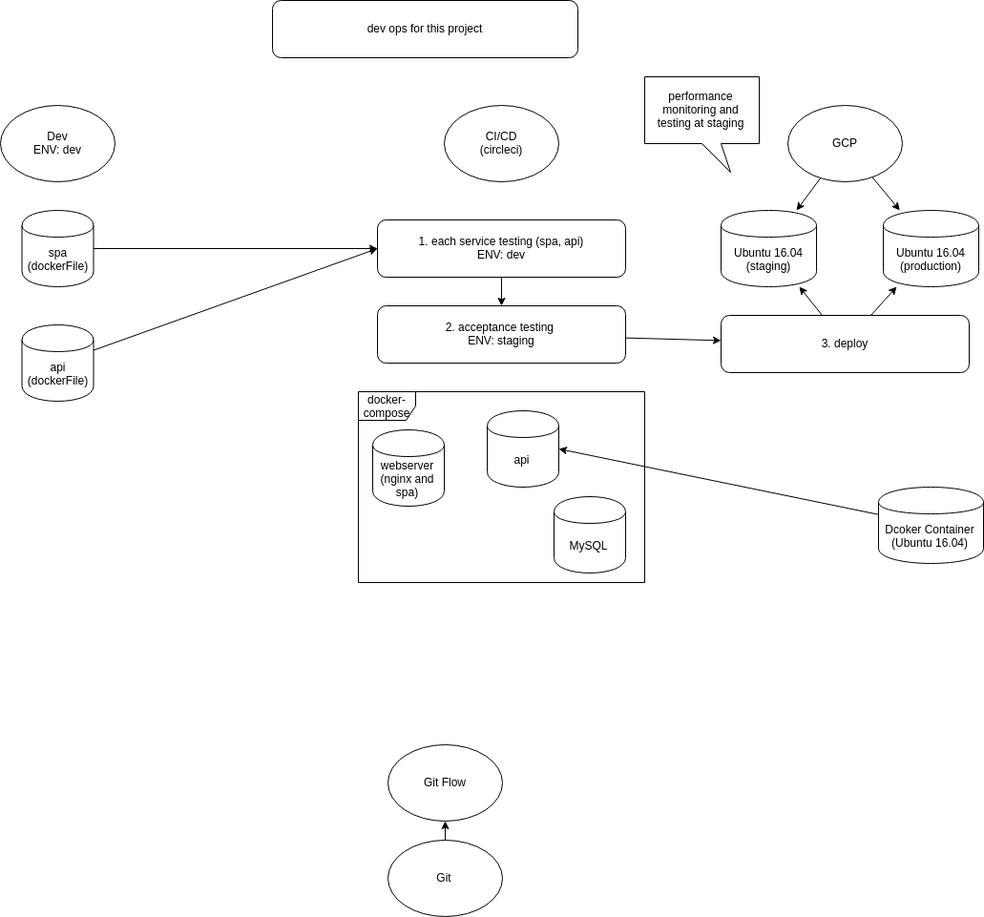
The draw.io diagram Dev_Ops.PNG in stsiwo/sts_blogs, before a commit. Source tidied: cells renumbered, new cells last; positions are measured from the earlier drawing's top-left corner, leaving out a move shared by most shapes. The source it was exported from:
```xml
<mxGraphModel>
  <root>
    <mxCell id="0" />
    <mxCell id="1" parent="0" />
    <mxCell id="2" value="dev ops for this project" style="rounded=1;whiteSpace=wrap;html=1;" parent="1" vertex="1">
      <mxGeometry x="285" width="320" height="60" as="geometry" />
    </mxCell>
    <mxCell id="3" style="rounded=0;jettySize=auto;html=1;" parent="1" edge="1" source="5" target="6">
      <mxGeometry relative="1" as="geometry" />
    </mxCell>
    <mxCell id="4" style="edgeStyle=none;rounded=0;jettySize=auto;html=1;" parent="1" edge="1" source="5" target="9">
      <mxGeometry relative="1" as="geometry" />
    </mxCell>
    <mxCell id="5" value="GCP" style="ellipse;whiteSpace=wrap;html=1;" parent="1" vertex="1">
      <mxGeometry x="825" y="110" width="120" height="80" as="geometry" />
    </mxCell>
    <mxCell id="6" value="Ubuntu 16.04&lt;br&gt;(production)" style="shape=cylinder;whiteSpace=wrap;html=1;boundedLbl=1;backgroundOutline=1;" parent="1" vertex="1">
      <mxGeometry x="925" y="220" width="100" height="80" as="geometry" />
    </mxCell>
    <mxCell id="7" style="edgeStyle=none;rounded=0;jettySize=auto;html=1;entryX=1;entryY=0.5;entryDx=0;entryDy=0;" parent="1" edge="1" source="8" target="18">
      <mxGeometry relative="1" as="geometry" />
    </mxCell>
    <mxCell id="8" value="Dcoker Container&lt;br&gt;(Ubuntu 16.04)" style="shape=cylinder;whiteSpace=wrap;html=1;boundedLbl=1;backgroundOutline=1;" parent="1" vertex="1">
      <mxGeometry x="920" y="510" width="110" height="80" as="geometry" />
    </mxCell>
    <mxCell id="9" value="Ubuntu 16.04&lt;br&gt;(staging)" style="shape=cylinder;whiteSpace=wrap;html=1;boundedLbl=1;backgroundOutline=1;" parent="1" vertex="1">
      <mxGeometry x="755" y="220" width="100" height="80" as="geometry" />
    </mxCell>
    <mxCell id="10" value="CI/CD&lt;br&gt;(circleci)" style="ellipse;whiteSpace=wrap;html=1;" parent="1" vertex="1">
      <mxGeometry x="465" y="110" width="120" height="80" as="geometry" />
    </mxCell>
    <mxCell id="11" style="edgeStyle=none;rounded=0;jettySize=auto;html=1;" parent="1" edge="1" source="12" target="14">
      <mxGeometry relative="1" as="geometry" />
    </mxCell>
    <mxCell id="12" value="1. each service testing (spa, api)&lt;br&gt;ENV: dev" style="rounded=1;whiteSpace=wrap;html=1;" parent="1" vertex="1">
      <mxGeometry x="395" y="230" width="260" height="60" as="geometry" />
    </mxCell>
    <mxCell id="13" style="edgeStyle=none;rounded=0;jettySize=auto;html=1;" parent="1" edge="1" source="14" target="22">
      <mxGeometry relative="1" as="geometry" />
    </mxCell>
    <mxCell id="14" value="2. acceptance testing&amp;nbsp;&lt;br&gt;ENV: staging" style="rounded=1;whiteSpace=wrap;html=1;" parent="1" vertex="1">
      <mxGeometry x="395" y="320" width="260" height="60" as="geometry" />
    </mxCell>
    <mxCell id="15" value="performance monitoring and testing at staging" style="shape=callout;whiteSpace=wrap;html=1;perimeter=calloutPerimeter;position2=0.75;" parent="1" vertex="1">
      <mxGeometry x="675" y="80" width="120" height="100" as="geometry" />
    </mxCell>
    <mxCell id="16" value="docker-compose" style="shape=umlFrame;whiteSpace=wrap;html=1;" parent="1" vertex="1">
      <mxGeometry x="375" y="410" width="300" height="200" as="geometry" />
    </mxCell>
    <mxCell id="17" value="webserver&lt;br&gt;(nginx and spa)" style="shape=cylinder;whiteSpace=wrap;html=1;boundedLbl=1;backgroundOutline=1;" parent="1" vertex="1">
      <mxGeometry x="390" y="450" width="75" height="80" as="geometry" />
    </mxCell>
    <mxCell id="18" value="api" style="shape=cylinder;whiteSpace=wrap;html=1;boundedLbl=1;backgroundOutline=1;" parent="1" vertex="1">
      <mxGeometry x="510" y="430" width="75" height="80" as="geometry" />
    </mxCell>
    <mxCell id="19" value="MySQL" style="shape=cylinder;whiteSpace=wrap;html=1;boundedLbl=1;backgroundOutline=1;" parent="1" vertex="1">
      <mxGeometry x="580" y="520" width="75" height="80" as="geometry" />
    </mxCell>
    <mxCell id="20" style="edgeStyle=none;rounded=0;jettySize=auto;html=1;" parent="1" edge="1" source="22" target="9">
      <mxGeometry relative="1" as="geometry" />
    </mxCell>
    <mxCell id="21" style="edgeStyle=none;rounded=0;jettySize=auto;html=1;" parent="1" edge="1" source="22" target="6">
      <mxGeometry relative="1" as="geometry" />
    </mxCell>
    <mxCell id="22" value="3. deploy" style="rounded=1;whiteSpace=wrap;html=1;" parent="1" vertex="1">
      <mxGeometry x="755" y="330" width="260" height="60" as="geometry" />
    </mxCell>
    <mxCell id="23" value="Dev&lt;br&gt;ENV: dev" style="ellipse;whiteSpace=wrap;html=1;" parent="1" vertex="1">
      <mxGeometry y="110" width="120" height="80" as="geometry" />
    </mxCell>
    <mxCell id="24" style="edgeStyle=none;rounded=0;jettySize=auto;html=1;entryX=0;entryY=0.5;entryDx=0;entryDy=0;" parent="1" edge="1" source="25" target="12">
      <mxGeometry relative="1" as="geometry" />
    </mxCell>
    <mxCell id="25" value="api&lt;br&gt;(dockerFile)" style="shape=cylinder;whiteSpace=wrap;html=1;boundedLbl=1;backgroundOutline=1;" parent="1" vertex="1">
      <mxGeometry x="22.5" y="340" width="75" height="80" as="geometry" />
    </mxCell>
    <mxCell id="26" style="edgeStyle=none;rounded=0;jettySize=auto;html=1;entryX=0;entryY=0.5;entryDx=0;entryDy=0;" parent="1" edge="1" source="27" target="12">
      <mxGeometry relative="1" as="geometry" />
    </mxCell>
    <mxCell id="27" value="spa&lt;br&gt;(dockerFile)" style="shape=cylinder;whiteSpace=wrap;html=1;boundedLbl=1;backgroundOutline=1;" parent="1" vertex="1">
      <mxGeometry x="22.5" y="220" width="75" height="80" as="geometry" />
    </mxCell>
    <mxCell id="28" style="edgeStyle=none;rounded=0;jettySize=auto;html=1;" parent="1" edge="1" source="29" target="30">
      <mxGeometry relative="1" as="geometry" />
    </mxCell>
    <mxCell id="29" value="Git" style="ellipse;whiteSpace=wrap;html=1;" parent="1" vertex="1">
      <mxGeometry x="406" y="880" width="120" height="80" as="geometry" />
    </mxCell>
    <mxCell id="30" value="Git Flow" style="ellipse;whiteSpace=wrap;html=1;" parent="1" vertex="1">
      <mxGeometry x="406" y="780" width="120" height="80" as="geometry" />
    </mxCell>
  </root>
</mxGraphModel>
```
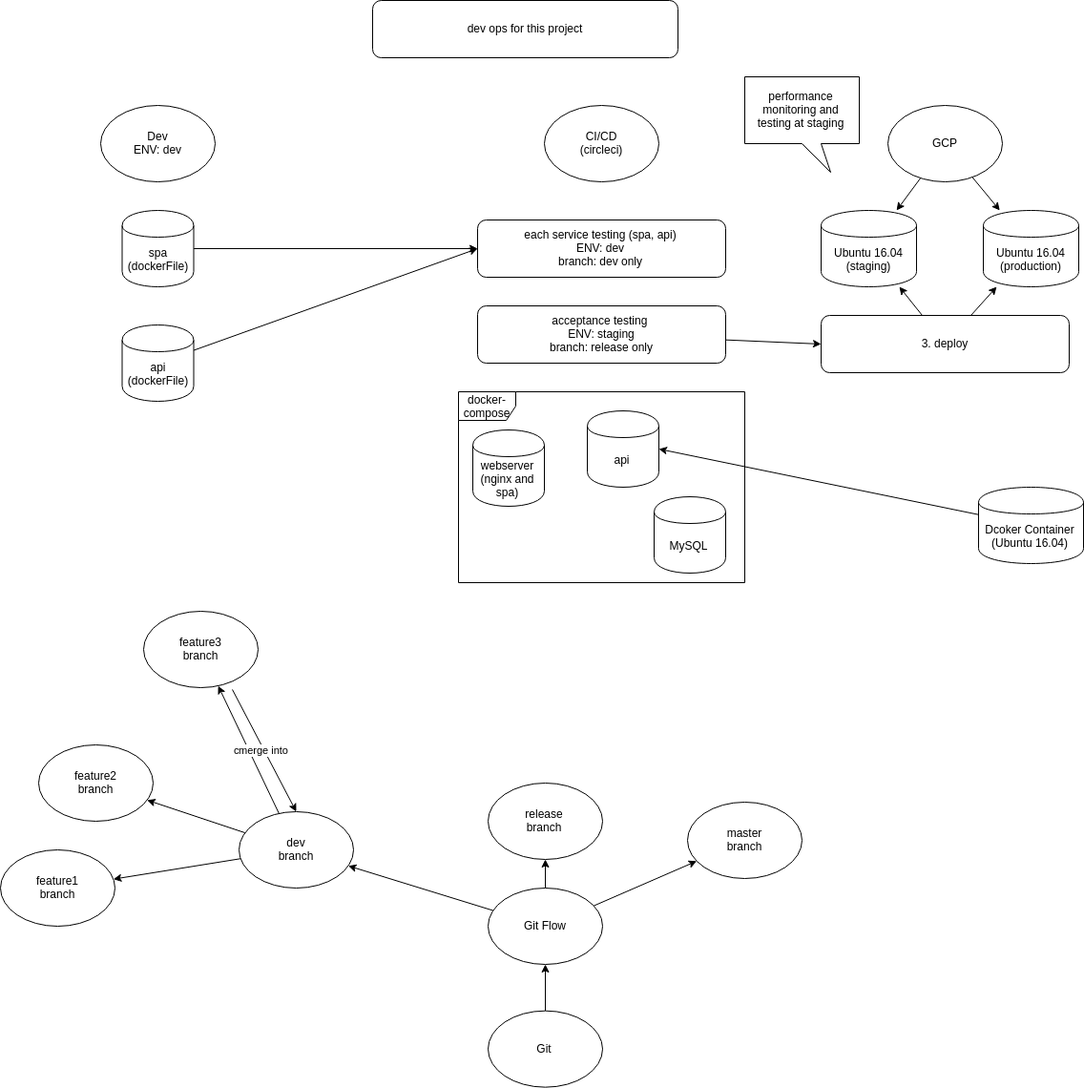
The same diagram one commit later.

Change to the diagram source:
```diff
@@ -29,16 +29,13 @@
     <mxCell id="10" value="CI/CD&lt;br&gt;(circleci)" style="ellipse;whiteSpace=wrap;html=1;" parent="1" vertex="1">
       <mxGeometry x="465" y="110" width="120" height="80" as="geometry" />
     </mxCell>
-    <mxCell id="11" style="edgeStyle=none;rounded=0;jettySize=auto;html=1;" parent="1" edge="1" source="12" target="14">
-      <mxGeometry relative="1" as="geometry" />
-    </mxCell>
-    <mxCell id="12" value="1. each service testing (spa, api)&lt;br&gt;ENV: dev" style="rounded=1;whiteSpace=wrap;html=1;" parent="1" vertex="1">
+    <mxCell id="12" value="each service testing (spa, api)&lt;br&gt;ENV: dev&lt;br&gt;branch: dev only" style="rounded=1;whiteSpace=wrap;html=1;" parent="1" vertex="1">
       <mxGeometry x="395" y="230" width="260" height="60" as="geometry" />
     </mxCell>
-    <mxCell id="13" style="edgeStyle=none;rounded=0;jettySize=auto;html=1;" parent="1" edge="1" source="14" target="22">
+    <mxCell id="13" style="edgeStyle=none;rounded=0;jettySize=auto;html=1;entryX=0;entryY=0.5;entryDx=0;entryDy=0;" parent="1" edge="1" source="14" target="22">
       <mxGeometry relative="1" as="geometry" />
     </mxCell>
-    <mxCell id="14" value="2. acceptance testing&amp;nbsp;&lt;br&gt;ENV: staging" style="rounded=1;whiteSpace=wrap;html=1;" parent="1" vertex="1">
+    <mxCell id="14" value="acceptance testing&amp;nbsp;&lt;br&gt;ENV: staging&lt;br&gt;branch: release only" style="rounded=1;whiteSpace=wrap;html=1;" parent="1" vertex="1">
       <mxGeometry x="395" y="320" width="260" height="60" as="geometry" />
     </mxCell>
     <mxCell id="15" value="performance monitoring and testing at staging" style="shape=callout;whiteSpace=wrap;html=1;perimeter=calloutPerimeter;position2=0.75;" parent="1" vertex="1">
@@ -84,10 +81,49 @@
       <mxGeometry relative="1" as="geometry" />
     </mxCell>
     <mxCell id="29" value="Git" style="ellipse;whiteSpace=wrap;html=1;" parent="1" vertex="1">
-      <mxGeometry x="406" y="880" width="120" height="80" as="geometry" />
+      <mxGeometry x="406" y="1058.7" width="120" height="80" as="geometry" />
     </mxCell>
+    <mxCell id="31" style="edgeStyle=none;rounded=0;jettySize=auto;html=1;" parent="1" edge="1" source="30" target="39">
+      <mxGeometry relative="1" as="geometry" />
+    </mxCell>
+    <mxCell id="32" style="edgeStyle=none;rounded=0;jettySize=auto;html=1;" parent="1" edge="1" source="30" target="35">
+      <mxGeometry relative="1" as="geometry" />
+    </mxCell>
+    <mxCell id="33" style="edgeStyle=none;rounded=0;jettySize=auto;html=1;" parent="1" edge="1" source="30" target="34">
+      <mxGeometry relative="1" as="geometry" />
+    </mxCell>
     <mxCell id="30" value="Git Flow" style="ellipse;whiteSpace=wrap;html=1;" parent="1" vertex="1">
-      <mxGeometry x="406" y="780" width="120" height="80" as="geometry" />
+      <mxGeometry x="406" y="930" width="120" height="80" as="geometry" />
     </mxCell>
+    <mxCell id="34" value="master&lt;br&gt;branch" style="ellipse;whiteSpace=wrap;html=1;" parent="1" vertex="1">
+      <mxGeometry x="615" y="840" width="120" height="80" as="geometry" />
+    </mxCell>
+    <mxCell id="35" value="release&lt;br&gt;branch" style="ellipse;whiteSpace=wrap;html=1;" parent="1" vertex="1">
+      <mxGeometry x="406" y="820" width="120" height="80" as="geometry" />
+    </mxCell>
+    <mxCell id="36" style="edgeStyle=none;rounded=0;jettySize=auto;html=1;" parent="1" edge="1" source="39" target="43">
+      <mxGeometry relative="1" as="geometry" />
+    </mxCell>
+    <mxCell id="37" style="edgeStyle=none;rounded=0;jettySize=auto;html=1;" parent="1" edge="1" source="39" target="42">
+      <mxGeometry relative="1" as="geometry" />
+    </mxCell>
+    <mxCell id="38" value="create" style="edgeStyle=none;rounded=0;jettySize=auto;html=1;" parent="1" edge="1" source="39" target="41">
+      <mxGeometry relative="1" as="geometry" />
+    </mxCell>
+    <mxCell id="39" value="dev&lt;br&gt;branch" style="ellipse;whiteSpace=wrap;html=1;" parent="1" vertex="1">
+      <mxGeometry x="145" y="850" width="120" height="80" as="geometry" />
+    </mxCell>
+    <mxCell id="40" value="merge into" style="edgeStyle=none;rounded=0;jettySize=auto;html=1;entryX=0.5;entryY=0;entryDx=0;entryDy=0;exitX=0.775;exitY=1.025;exitDx=0;exitDy=0;exitPerimeter=0;" parent="1" edge="1" source="41" target="39">
+      <mxGeometry relative="1" as="geometry" />
+    </mxCell>
+    <mxCell id="41" value="feature3&lt;br&gt;branch" style="ellipse;whiteSpace=wrap;html=1;" parent="1" vertex="1">
+      <mxGeometry x="45" y="640" width="120" height="80" as="geometry" />
+    </mxCell>
+    <mxCell id="42" value="feature2&lt;br&gt;branch" style="ellipse;whiteSpace=wrap;html=1;" parent="1" vertex="1">
+      <mxGeometry x="-65" y="780" width="120" height="80" as="geometry" />
+    </mxCell>
+    <mxCell id="43" value="feature1&lt;br&gt;branch" style="ellipse;whiteSpace=wrap;html=1;" parent="1" vertex="1">
+      <mxGeometry x="-105" y="890" width="120" height="80" as="geometry" />
+    </mxCell>
   </root>
 </mxGraphModel>
```
